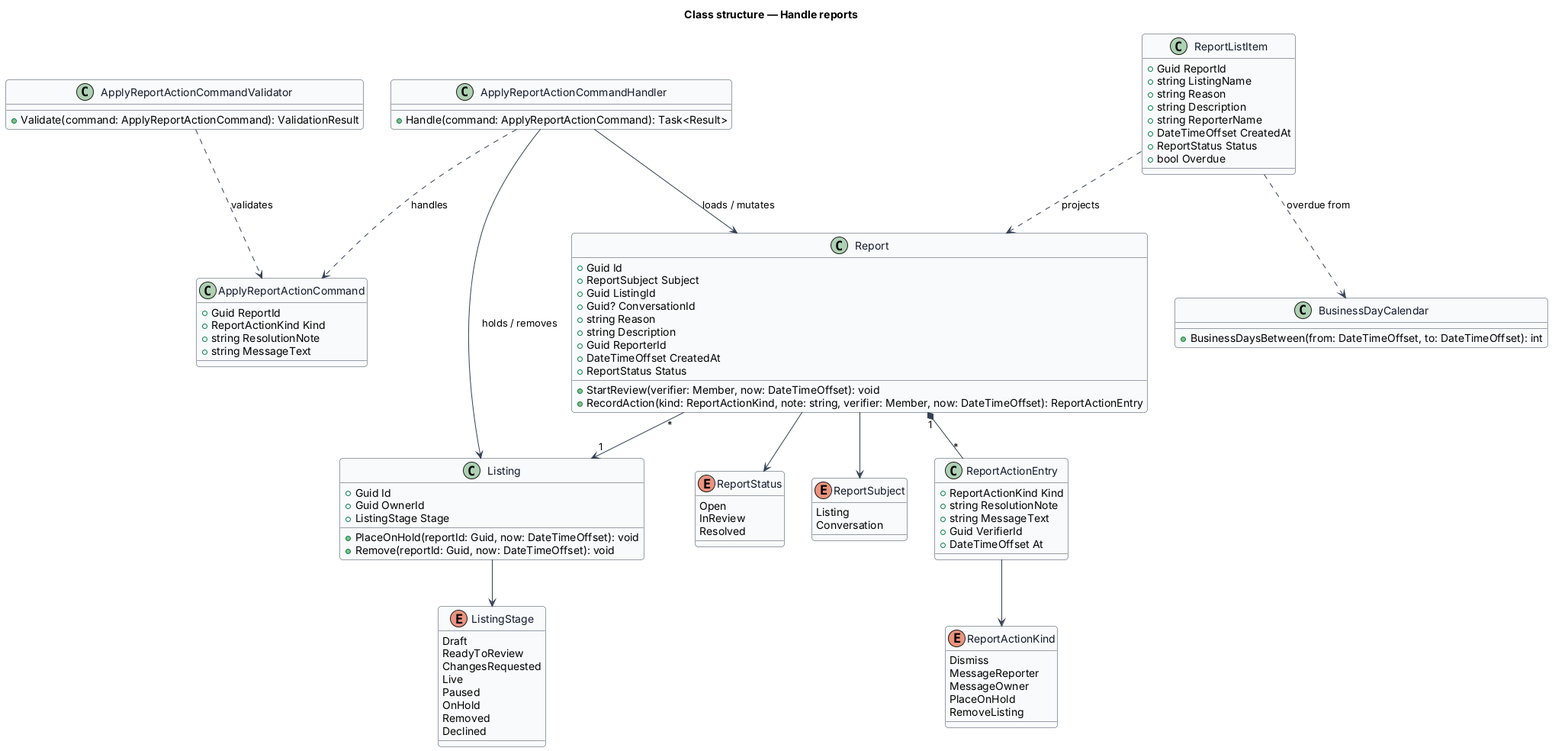
QuinntyneBrown/jubilee keeps this PlantUML diagram as docs/detailed-designs/moderation/handle-reports/diagrams/class-structure.png. Above is the earlier version.
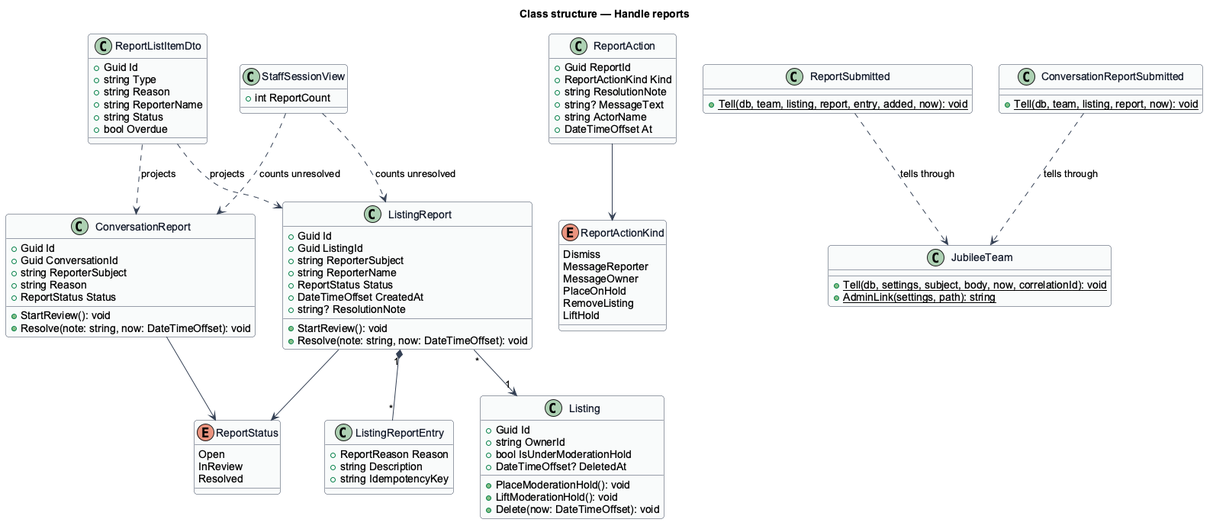
After the commit.

What changed in the source:
```diff
@@ -15,90 +15,87 @@
   InReview
   Resolved
 }
-enum ReportSubject {
-  Listing
-  Conversation
-}
 enum ReportActionKind {
   Dismiss
   MessageReporter
   MessageOwner
   PlaceOnHold
   RemoveListing
+  LiftHold
 }
-enum ListingStage {
-  Draft
-  ReadyToReview
-  ChangesRequested
-  Live
-  Paused
-  OnHold
-  Removed
-  Declined
+class ListingReport {
+  +Guid Id
+  +Guid ListingId
+  +string ReporterSubject
+  +string ReporterName
+  +ReportStatus Status
+  +DateTimeOffset CreatedAt
+  +string? ResolutionNote
+  +StartReview(): void
+  +Resolve(note: string, now: DateTimeOffset): void
 }
-class Report {
+class ListingReportEntry {
+  +ReportReason Reason
+  +string Description
+  +string IdempotencyKey
+}
+class ConversationReport {
   +Guid Id
-  +ReportSubject Subject
-  +Guid ListingId
-  +Guid? ConversationId
+  +Guid ConversationId
+  +string ReporterSubject
   +string Reason
-  +string Description
-  +Guid ReporterId
-  +DateTimeOffset CreatedAt
   +ReportStatus Status
-  +StartReview(verifier: Member, now: DateTimeOffset): void
-  +RecordAction(kind: ReportActionKind, note: string, verifier: Member, now: DateTimeOffset): ReportActionEntry
+  +StartReview(): void
+  +Resolve(note: string, now: DateTimeOffset): void
 }
-class ReportActionEntry {
+class ReportAction {
+  +Guid ReportId
   +ReportActionKind Kind
   +string ResolutionNote
-  +string MessageText
-  +Guid VerifierId
+  +string? MessageText
+  +string ActorName
   +DateTimeOffset At
 }
 class Listing {
   +Guid Id
-  +Guid OwnerId
-  +ListingStage Stage
-  +PlaceOnHold(reportId: Guid, now: DateTimeOffset): void
-  +Remove(reportId: Guid, now: DateTimeOffset): void
+  +string OwnerId
+  +bool IsUnderModerationHold
+  +DateTimeOffset? DeletedAt
+  +PlaceModerationHold(): void
+  +LiftModerationHold(): void
+  +Delete(now: DateTimeOffset): void
 }
-class ApplyReportActionCommand {
-  +Guid ReportId
-  +ReportActionKind Kind
-  +string ResolutionNote
-  +string MessageText
+class JubileeTeam {
+  +{static} Tell(db, settings, subject, body, now, correlationId): void
+  +{static} AdminLink(settings, path): string
 }
-class ApplyReportActionCommandValidator {
-  +Validate(command: ApplyReportActionCommand): ValidationResult
+class ReportSubmitted {
+  +{static} Tell(db, team, listing, report, entry, added, now): void
 }
-class ApplyReportActionCommandHandler {
-  +Handle(command: ApplyReportActionCommand): Task<Result>
+class ConversationReportSubmitted {
+  +{static} Tell(db, team, listing, report, now): void
 }
-class ReportListItem {
-  +Guid ReportId
-  +string ListingName
+class ReportListItemDto {
+  +Guid Id
+  +string Type
   +string Reason
-  +string Description
   +string ReporterName
-  +DateTimeOffset CreatedAt
-  +ReportStatus Status
+  +string Status
   +bool Overdue
 }
-class BusinessDayCalendar {
-  +BusinessDaysBetween(from: DateTimeOffset, to: DateTimeOffset): int
+class StaffSessionView {
+    +int ReportCount
 }
 
-ApplyReportActionCommandHandler ..> ApplyReportActionCommand : handles
-ApplyReportActionCommandValidator ..> ApplyReportActionCommand : validates
-ApplyReportActionCommandHandler --> Report : loads / mutates
-ApplyReportActionCommandHandler --> Listing : holds / removes
-Report "1" *-- "*" ReportActionEntry
-Report "*" --> "1" Listing
-Report --> ReportStatus
-Report --> ReportSubject
-ReportActionEntry --> ReportActionKind
-Listing --> ListingStage
-ReportListItem ..> Report : projects
-ReportListItem ..> BusinessDayCalendar : overdue from
+ListingReport "1" *-- "*" ListingReportEntry
+ListingReport "*" --> "1" Listing
+ConversationReport --> ReportStatus
+ListingReport --> ReportStatus
+ReportAction --> ReportActionKind
+ReportSubmitted ..> JubileeTeam : tells through
+ConversationReportSubmitted ..> JubileeTeam : tells through
+ReportListItemDto ..> ListingReport : projects
+ReportListItemDto ..> ConversationReport : projects
+StaffSessionView ..> ListingReport : counts unresolved
+StaffSessionView ..> ConversationReport : counts unresolved
 @enduml
```
